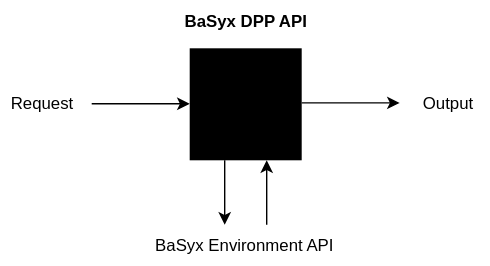
The draw.io diagram PROJECT/SAS/TINF24F_SAS_Team_6_Black-Box-View.drawio.svg in DHBW-TINF24F/Team6-BaSyx-DPP-API, before a commit. Source tidied: cells renumbered, new cells last; positions are measured from the earlier drawing's top-left corner, leaving out a move shared by most shapes.
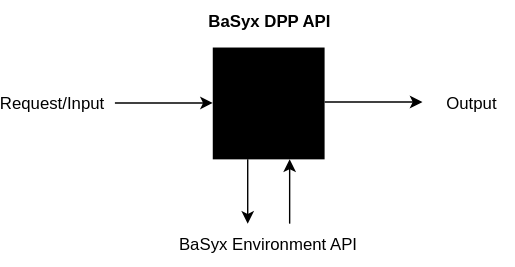
The same file after the commit.

Diff of the diagram source:
```diff
@@ -29,8 +29,8 @@
         <mxPoint x="285" y="73" as="targetPoint" />
       </mxGeometry>
     </mxCell>
-    <mxCell id="7" value="Request" style="text;html=1;whiteSpace=wrap;strokeColor=none;fillColor=none;align=center;verticalAlign=middle;rounded=0;" parent="1" vertex="1">
-      <mxGeometry y="59" width="60" height="30" as="geometry" />
+    <mxCell id="7" value="Request/Input" style="text;html=1;whiteSpace=wrap;strokeColor=none;fillColor=none;align=center;verticalAlign=middle;rounded=0;" parent="1" vertex="1">
+      <mxGeometry x="-10" y="59" width="60" height="30" as="geometry" />
     </mxCell>
     <mxCell id="8" value="Output" style="text;html=1;whiteSpace=wrap;strokeColor=none;fillColor=none;align=center;verticalAlign=middle;rounded=0;" parent="1" vertex="1">
       <mxGeometry x="290" y="59" width="60" height="30" as="geometry" />
```
